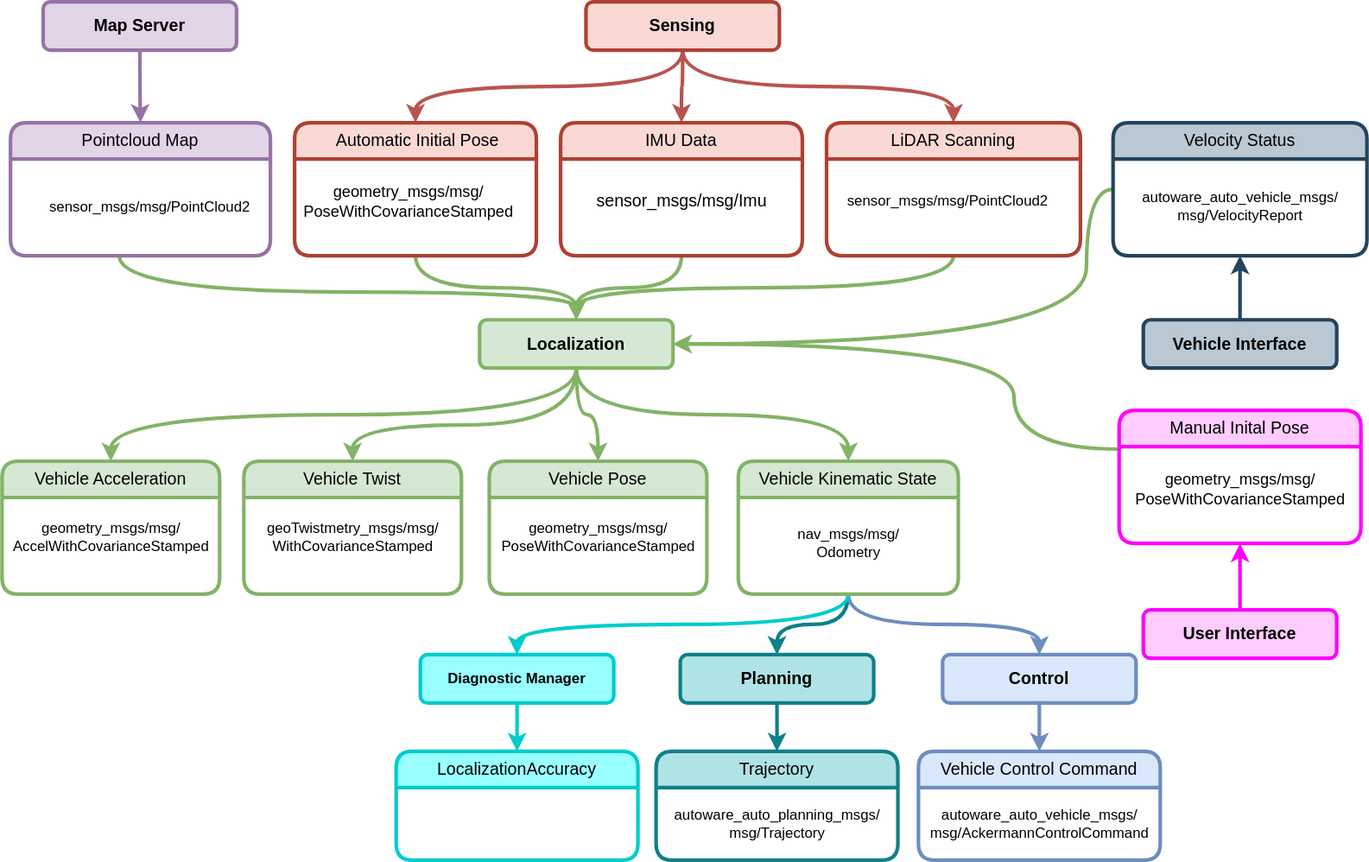
The draw.io diagram docs/design/autoware-interfaces/components/images/Localization-Bus-ODD-Architecture.drawio.svg in autowarefoundation/autoware-documentation, before a commit. Source tidied: cells renumbered, new cells last; positions are measured from the earlier drawing's top-left corner, leaving out a move shared by most shapes.
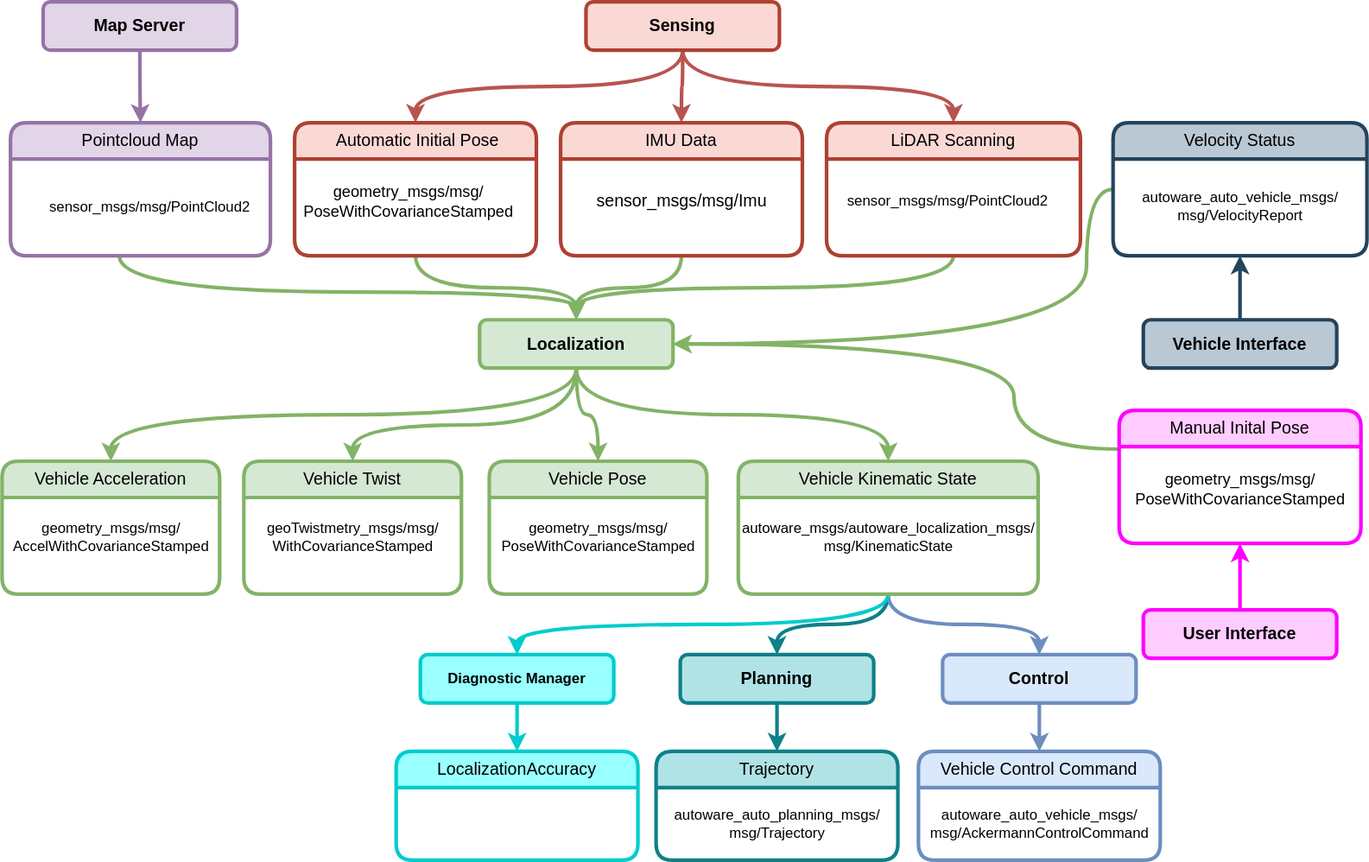
The same file after the commit.

Commit message:
docs(design/autoware-interfaces): add localization interface

What changed in the source:
```diff
@@ -163,10 +163,10 @@
       <mxGeometry relative="1" as="geometry" />
     </mxCell>
     <mxCell id="48" value="Vehicle Kinematic State" style="swimlane;whiteSpace=wrap;html=1;rounded=1;fillColor=#d5e8d4;strokeColor=#82b366;strokeWidth=3;startSize=30;fontStyle=0;fontSize=14;" parent="1" vertex="1">
-      <mxGeometry x="609" y="380" width="182" height="110" as="geometry" />
+      <mxGeometry x="609" y="380" width="248" height="110" as="geometry" />
     </mxCell>
-    <mxCell id="49" value="&lt;div style=&quot;font-size: 12px;&quot;&gt;nav_msgs/msg/&lt;/div&gt;&lt;div style=&quot;font-size: 12px;&quot;&gt;Odometry&lt;br style=&quot;font-size: 12px;&quot;&gt;&lt;/div&gt;" style="text;html=1;align=center;verticalAlign=middle;strokeColor=none;fillColor=none;fontSize=12;" parent="48" vertex="1">
-      <mxGeometry x="36" y="48" width="110" height="40" as="geometry" />
+    <mxCell id="49" value="&lt;div style=&quot;font-size: 12px;&quot;&gt;autoware_msgs/autoware_localization_msgs/&lt;/div&gt;&lt;div style=&quot;font-size: 12px;&quot;&gt;msg/KinematicState&lt;br style=&quot;font-size: 12px;&quot;&gt;&lt;/div&gt;" style="text;html=1;align=center;verticalAlign=middle;strokeColor=none;fillColor=none;fontSize=12;" parent="48" vertex="1">
+      <mxGeometry x="-6" y="43" width="260" height="40" as="geometry" />
     </mxCell>
     <mxCell id="50" style="edgeStyle=orthogonalEdgeStyle;curved=1;rounded=0;jettySize=auto;html=1;strokeColor=#00CCCC;strokeWidth=3;fillColor=#66ffff;" parent="1" edge="1" source="51" target="52">
       <mxGeometry relative="1" as="geometry" />
```
